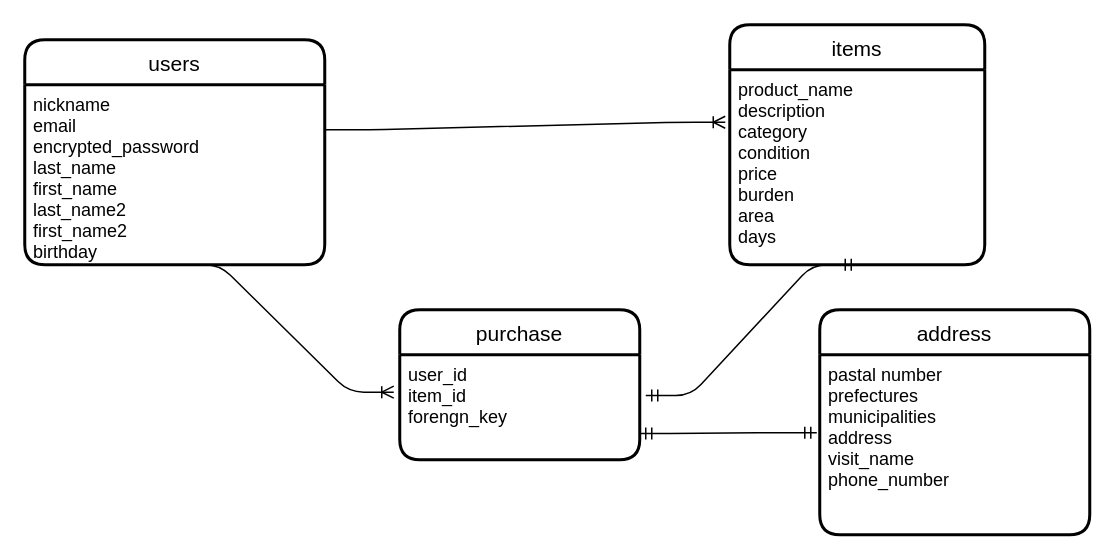
himena0214/furima-32835 keeps this draw.io diagram as furima.dio. Above is the earlier version. Source tidied: cells renumbered, new cells numbered last; positions are measured from the earlier drawing's top-left corner, leaving out a move shared by most shapes. Both pictures are drawn from the tidied source at 150%, with x=0, y=0 at pixel (24, 24).
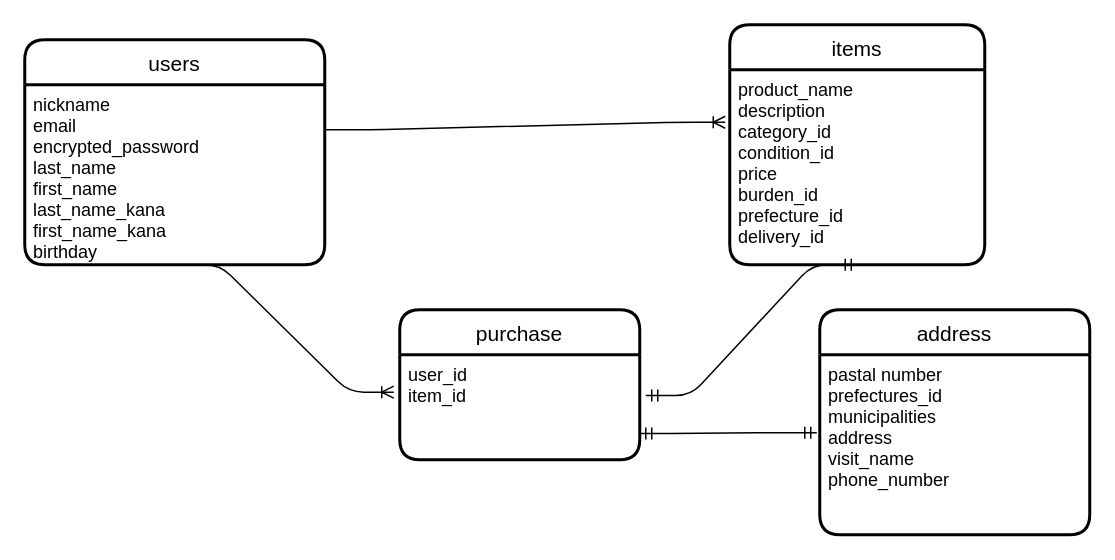
The same page after the edit.

Commit message (it also covers changes not shown here):
データベース設計8

Change to the diagram source:
```diff
@@
 <mxGraphModel>
   <root>
     <mxCell id="0" />
     <mxCell id="1" parent="0" />
     <mxCell id="2" value="users" style="swimlane;horizontal=1;startSize=30;rounded=1;fontSize=14;fontStyle=0;strokeWidth=2;shadow=0;dashed=0;align=center;sketch=0;" parent="1" vertex="1">
       <mxGeometry y="10" width="200" height="150" as="geometry" />
     </mxCell>
-    <mxCell id="3" value="nickname&#10;email&#10;encrypted_password&#10;last_name&#10;first_name&#10;last_name2&#10;first_name2&#10;birthday&#10;&#10;&#10;" style="align=left;strokeColor=none;fillColor=none;spacingLeft=4;fontSize=12;verticalAlign=top;" parent="2" vertex="1">
+    <mxCell id="3" value="nickname&#10;email&#10;encrypted_password&#10;last_name&#10;first_name&#10;last_name_kana&#10;first_name_kana&#10;birthday&#10;&#10;&#10;" style="align=left;strokeColor=none;fillColor=none;spacingLeft=4;fontSize=12;verticalAlign=top;" parent="2" vertex="1">
       <mxGeometry y="30" width="200" height="120" as="geometry" />
     </mxCell>
     <mxCell id="4" value="items" style="swimlane;horizontal=1;startSize=30;rounded=1;fontSize=14;fontStyle=0;strokeWidth=2;shadow=0;dashed=0;align=center;sketch=0;" parent="1" vertex="1">
       <mxGeometry x="470" width="170" height="160" as="geometry" />
     </mxCell>
-    <mxCell id="5" value="product_name&#10;description&#10;category&#10;condition&#10;price&#10;burden&#10;area&#10;days&#10;&#10;&#10;" style="align=left;strokeColor=none;fillColor=none;spacingLeft=4;fontSize=12;verticalAlign=top;" parent="4" vertex="1">
+    <mxCell id="5" value="product_name&#10;description&#10;category_id&#10;condition_id&#10;price&#10;burden_id&#10;prefecture_id&#10;delivery_id&#10;&#10;&#10;" style="align=left;strokeColor=none;fillColor=none;spacingLeft=4;fontSize=12;verticalAlign=top;" parent="4" vertex="1">
       <mxGeometry y="30" width="170" height="130" as="geometry" />
     </mxCell>
     <mxCell id="6" value="address" style="swimlane;horizontal=1;startSize=30;rounded=1;fontSize=14;fontStyle=0;strokeWidth=2;shadow=0;dashed=0;align=center;sketch=0;" parent="1" vertex="1">
       <mxGeometry x="530" y="190" width="180" height="150" as="geometry" />
     </mxCell>
-    <mxCell id="7" value="pastal number&#10;prefectures&#10;municipalities&#10;address&#10;visit_name&#10;phone_number" style="align=left;strokeColor=none;fillColor=none;spacingLeft=4;fontSize=12;verticalAlign=top;" parent="6" vertex="1">
+    <mxCell id="7" value="pastal number&#10;prefectures_id&#10;municipalities&#10;address&#10;visit_name&#10;phone_number" style="align=left;strokeColor=none;fillColor=none;spacingLeft=4;fontSize=12;verticalAlign=top;" parent="6" vertex="1">
       <mxGeometry y="30" width="180" height="120" as="geometry" />
     </mxCell>
     <mxCell id="8" style="edgeStyle=entityRelationEdgeStyle;fontSize=12;html=1;endArrow=ERoneToMany;exitX=1;exitY=0.25;exitDx=0;exitDy=0;" parent="1" edge="1" source="3">
       <mxGeometry relative="1" as="geometry">
         <mxPoint x="467" y="65" as="targetPoint" />
       </mxGeometry>
     </mxCell>
     <mxCell id="9" style="edgeStyle=entityRelationEdgeStyle;fontSize=12;html=1;endArrow=ERoneToMany;entryX=-0.025;entryY=0.356;entryDx=0;entryDy=0;entryPerimeter=0;exitX=0.5;exitY=1;exitDx=0;exitDy=0;" parent="1" edge="1" source="3" target="12">
       <mxGeometry relative="1" as="geometry" />
     </mxCell>
     <mxCell id="10" style="edgeStyle=entityRelationEdgeStyle;fontSize=12;html=1;endArrow=ERmandOne;startArrow=ERmandOne;exitX=1.025;exitY=0.389;exitDx=0;exitDy=0;entryX=0.5;entryY=1;entryDx=0;entryDy=0;exitPerimeter=0;" parent="1" edge="1" source="12" target="5">
       <mxGeometry relative="1" as="geometry" />
     </mxCell>
     <mxCell id="11" value="purchase" style="swimlane;horizontal=1;startSize=30;rounded=1;fontSize=14;fontStyle=0;strokeWidth=2;shadow=0;dashed=0;align=center;sketch=0;" parent="1" vertex="1">
       <mxGeometry x="250" y="190" width="160" height="100" as="geometry" />
     </mxCell>
-    <mxCell id="12" value="user_id&#10;item_id&#10;forengn_key" style="align=left;strokeColor=none;fillColor=none;spacingLeft=4;fontSize=12;verticalAlign=top;" parent="11" vertex="1">
+    <mxCell id="12" value="user_id&#10;item_id&#10;" style="align=left;strokeColor=none;fillColor=none;spacingLeft=4;fontSize=12;verticalAlign=top;" parent="11" vertex="1">
       <mxGeometry y="30" width="160" height="70" as="geometry" />
     </mxCell>
     <mxCell id="13" style="edgeStyle=entityRelationEdgeStyle;fontSize=12;html=1;endArrow=ERmandOne;startArrow=ERmandOne;exitX=1;exitY=0.75;exitDx=0;exitDy=0;entryX=-0.011;entryY=0.433;entryDx=0;entryDy=0;entryPerimeter=0;" parent="1" edge="1" source="12" target="7">
       <mxGeometry relative="1" as="geometry" />
     </mxCell>
   </root>
 </mxGraphModel>
```
